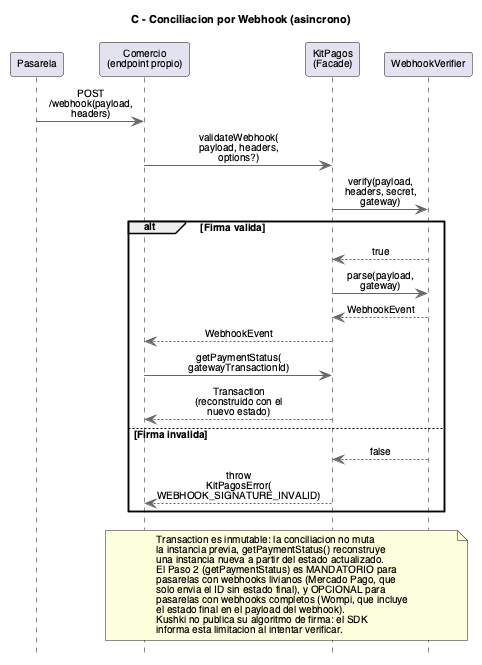
This is docs/architecture/SDK/Sequence Diagram - Webhook Conciliation.png from PurosBrothers/Kit-Pagos-Colombia---Tesis, a PlantUML export, as it was before one commit.
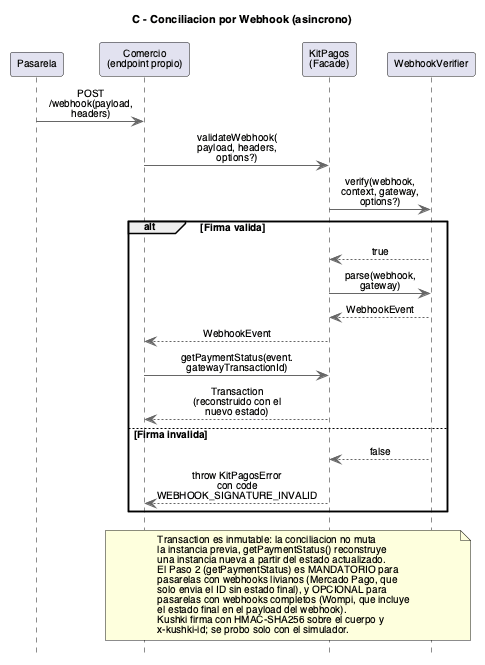
After the commit.

Commit message:
docs(docs): match the webhook conciliation figure to the SDK

- Show verify(webhook, context, gateway, options?) and
  parse(webhook, gateway), as declared in WebhookVerifier.ts.
- getPaymentStatus() receives event.gatewayTransactionId, and the
  error carries WEBHOOK_SIGNATURE_INVALID in its code field.
- The note no longer says that Kushki's signature cannot be checked:
  KushkiWebhookHandler verifies HMAC-SHA256 over the body and
  x-kushki-id, tested only against the simulator.

What changed in the source:
```diff
@@ -24,18 +24,18 @@
 
 Pasarela -> Comercio : POST /webhook(payload, headers)
 Comercio -> Facade : validateWebhook(\npayload, headers,\noptions?)
-Facade -> Verifier : verify(payload,\nheaders, secret,\ngateway)
+Facade -> Verifier : verify(webhook,\ncontext, gateway,\noptions?)
 
 alt Firma valida
   Verifier --> Facade : true
-  Facade -> Verifier : parse(payload, gateway)
+  Facade -> Verifier : parse(webhook, gateway)
   Verifier --> Facade : WebhookEvent
   Facade --> Comercio : WebhookEvent
-  Comercio -> Facade : getPaymentStatus(\ngatewayTransactionId)
+  Comercio -> Facade : getPaymentStatus(event.\ngatewayTransactionId)
   Facade --> Comercio : Transaction (reconstruido con el nuevo estado)
 else Firma invalida
   Verifier --> Facade : false
-  Facade --> Comercio : throw KitPagosError(\nWEBHOOK_SIGNATURE_INVALID)
+  Facade --> Comercio : throw KitPagosError con code\nWEBHOOK_SIGNATURE_INVALID
 end
 
 note over Comercio, Verifier
@@ -47,8 +47,8 @@
   solo envia el ID sin estado final), y OPCIONAL para
   pasarelas con webhooks completos (Wompi, que incluye
   el estado final en el payload del webhook).
-  Kushki no publica su algoritmo de firma: el SDK
-  informa esta limitacion al intentar verificar.
+  Kushki firma con HMAC-SHA256 sobre el cuerpo y
+  x-kushki-id; se probo solo con el simulador.
 end note
 
 @enduml
```
